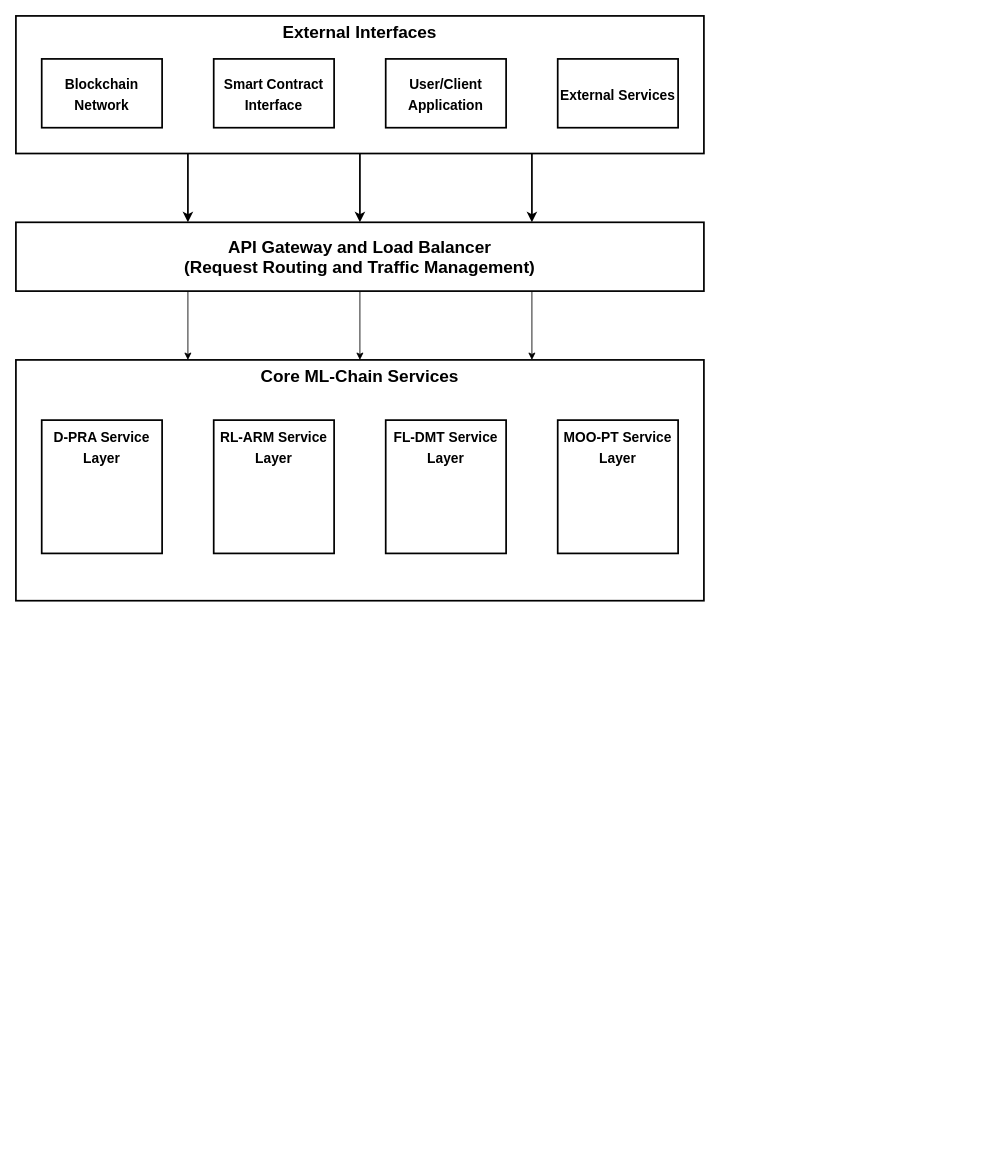
Earlier version of the draw.io diagram ML Chain 2.drawio (vinayak-k24/DrawIO). Source tidied: cells renumbered, new cells numbered last; positions are measured from the earlier drawing's top-left corner, leaving out a move shared by most shapes. Both pictures are drawn from the tidied source at 86%, with x=0, y=0 at pixel (15, 15).
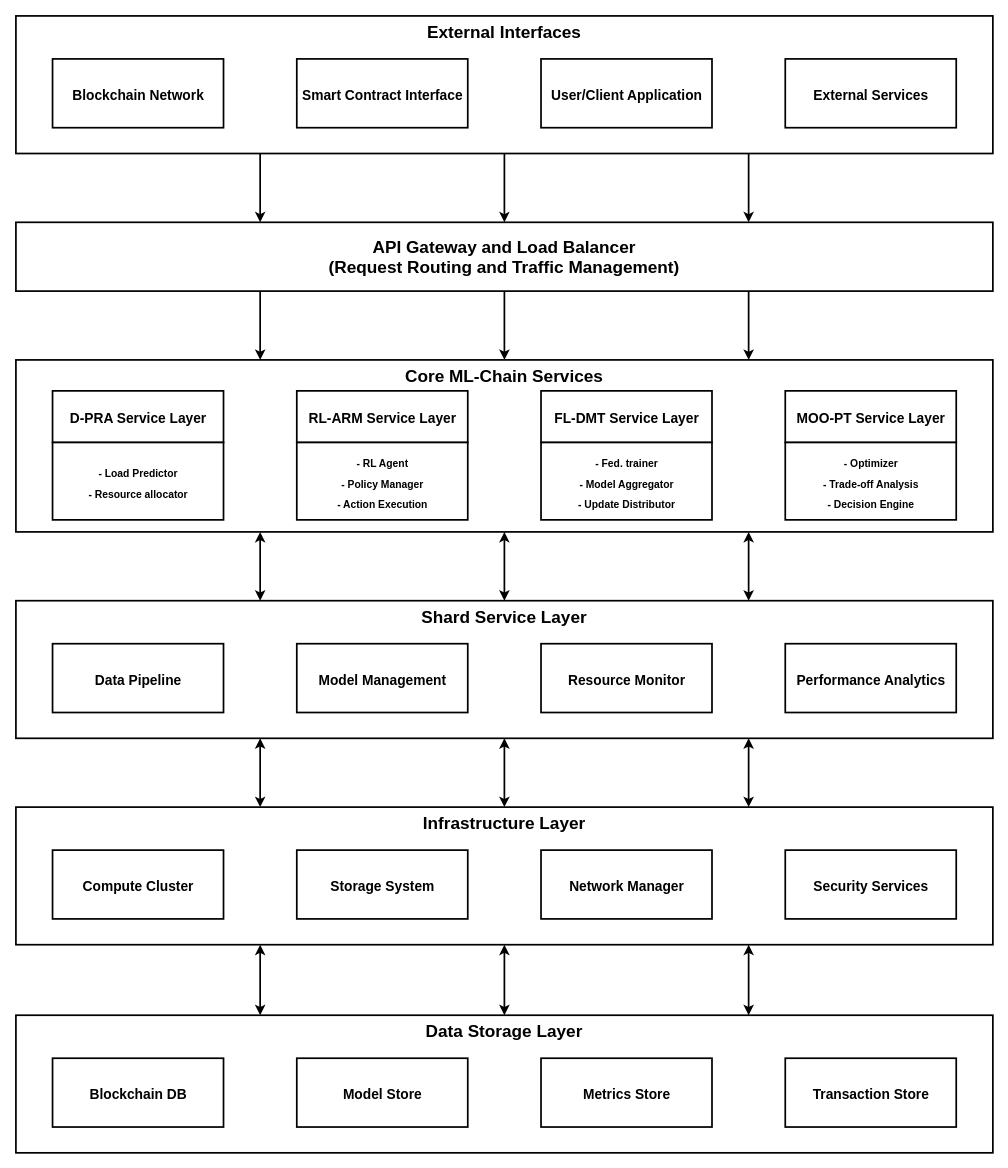
The same diagram, later.

Change to the diagram source:
```diff
@@
+    <mxCell id="19" style="group;" parent="1" vertex="1">
+      <mxGeometry width="1136" height="1322" as="geometry" />
+    </mxCell>
-    <mxCell id="2" style="edgeStyle=orthogonalEdgeStyle;rounded=0;jettySize=auto;html=1;exitX=0.5;exitY=1;exitDx=0;exitDy=0;strokeWidth=2;" parent="1" edge="1" source="5" target="13">
+    <mxCell id="2" style="edgeStyle=orthogonalEdgeStyle;rounded=0;jettySize=auto;html=1;exitX=0.5;exitY=1;exitDx=0;exitDy=0;strokeWidth=2;" parent="19" edge="1" source="5" target="13">
       <mxGeometry relative="1" as="geometry" />
     </mxCell>
-    <mxCell id="3" style="edgeStyle=orthogonalEdgeStyle;rounded=0;jettySize=auto;html=1;exitX=0.75;exitY=1;exitDx=0;exitDy=0;entryX=0.75;entryY=0;entryDx=0;entryDy=0;strokeWidth=2;" parent="1" edge="1" source="5" target="13">
+    <mxCell id="3" style="edgeStyle=orthogonalEdgeStyle;rounded=0;jettySize=auto;html=1;exitX=0.75;exitY=1;exitDx=0;exitDy=0;entryX=0.75;entryY=0;entryDx=0;entryDy=0;strokeWidth=2;" parent="19" edge="1" source="5" target="13">
       <mxGeometry relative="1" as="geometry" />
     </mxCell>
-    <mxCell id="4" style="edgeStyle=orthogonalEdgeStyle;rounded=0;jettySize=auto;html=1;exitX=0.25;exitY=1;exitDx=0;exitDy=0;entryX=0.25;entryY=0;entryDx=0;entryDy=0;strokeWidth=2;" parent="1" edge="1" source="5" target="13">
+    <mxCell id="4" style="edgeStyle=orthogonalEdgeStyle;rounded=0;jettySize=auto;html=1;exitX=0.25;exitY=1;exitDx=0;exitDy=0;entryX=0.25;entryY=0;entryDx=0;entryDy=0;strokeWidth=2;" parent="19" edge="1" source="5" target="13">
       <mxGeometry relative="1" as="geometry" />
     </mxCell>
+    <mxCell id="10" style="edgeStyle=orthogonalEdgeStyle;rounded=0;jettySize=auto;html=1;exitX=0.25;exitY=1;exitDx=0;exitDy=0;entryX=0.25;entryY=0;entryDx=0;entryDy=0;strokeWidth=2;" parent="19" edge="1" source="13" target="14">
+      <mxGeometry relative="1" as="geometry" />
+    </mxCell>
+    <mxCell id="11" style="edgeStyle=orthogonalEdgeStyle;rounded=0;jettySize=auto;html=1;exitX=0.5;exitY=1;exitDx=0;exitDy=0;entryX=0.5;entryY=0;entryDx=0;entryDy=0;strokeWidth=2;" parent="19" edge="1" source="13" target="14">
+      <mxGeometry relative="1" as="geometry" />
+    </mxCell>
+    <mxCell id="12" style="edgeStyle=orthogonalEdgeStyle;rounded=0;jettySize=auto;html=1;exitX=0.75;exitY=1;exitDx=0;exitDy=0;entryX=0.75;entryY=0;entryDx=0;entryDy=0;strokeWidth=2;" parent="19" edge="1" source="13" target="14">
+      <mxGeometry relative="1" as="geometry" />
+    </mxCell>
+    <mxCell id="13" value="API Gateway and Load Balancer&lt;br&gt;(Request Routing and Traffic Management)" style="rounded=0;whiteSpace=wrap;html=1;fontSize=20;fontStyle=1;verticalAlign=middle;strokeWidth=2;labelPosition=center;verticalLabelPosition=middle;align=center;labelBackgroundColor=none;labelBorderColor=none;textShadow=0;" parent="19" vertex="1">
+      <mxGeometry y="240" width="1136" height="80" as="geometry" />
+    </mxCell>
+    <mxCell id="20" style="edgeStyle=orthogonalEdgeStyle;rounded=0;jettySize=auto;html=1;exitX=0.25;exitY=1;exitDx=0;exitDy=0;entryX=0.25;entryY=0;entryDx=0;entryDy=0;strokeWidth=2;startArrow=classic;startFill=1;" parent="19" edge="1" source="14" target="30">
+      <mxGeometry relative="1" as="geometry" />
+    </mxCell>
+    <mxCell id="21" style="edgeStyle=orthogonalEdgeStyle;rounded=0;jettySize=auto;html=1;exitX=0.5;exitY=1;exitDx=0;exitDy=0;entryX=0.5;entryY=0;entryDx=0;entryDy=0;strokeWidth=2;startArrow=classic;startFill=1;" parent="19" edge="1" source="14" target="30">
+      <mxGeometry relative="1" as="geometry" />
+    </mxCell>
+    <mxCell id="22" style="edgeStyle=orthogonalEdgeStyle;rounded=0;jettySize=auto;html=1;exitX=0.75;exitY=1;exitDx=0;exitDy=0;entryX=0.75;entryY=0;entryDx=0;entryDy=0;strokeWidth=2;startArrow=classic;startFill=1;" parent="19" edge="1" source="14" target="30">
+      <mxGeometry relative="1" as="geometry" />
+    </mxCell>
+    <mxCell id="14" value="Core ML-Chain Services" style="rounded=0;whiteSpace=wrap;html=1;fontSize=20;fontStyle=1;verticalAlign=top;strokeWidth=2;labelPosition=center;verticalLabelPosition=middle;align=center;labelBackgroundColor=none;labelBorderColor=none;textShadow=0;" parent="19" vertex="1">
+      <mxGeometry y="400" width="1136" height="200" as="geometry" />
+    </mxCell>
+    <mxCell id="15" value="&lt;font style=&quot;font-size: 16px;&quot;&gt;D-PRA Service Layer&lt;/font&gt;" style="rounded=0;whiteSpace=wrap;html=1;fontSize=20;fontStyle=1;shadow=0;glass=0;strokeWidth=2;verticalAlign=middle;" parent="19" vertex="1">
+      <mxGeometry x="42.6" y="436" width="198.8" height="60" as="geometry" />
+    </mxCell>
+    <mxCell id="16" value="&lt;font style=&quot;font-size: 16px;&quot;&gt;RL-ARM Service Layer&lt;/font&gt;" style="rounded=0;whiteSpace=wrap;html=1;fontSize=20;fontStyle=1;shadow=0;glass=0;strokeWidth=2;verticalAlign=middle;" parent="19" vertex="1">
+      <mxGeometry x="326.6" y="436" width="198.8" height="60" as="geometry" />
+    </mxCell>
+    <mxCell id="17" value="&lt;font style=&quot;font-size: 16px;&quot;&gt;FL-DMT Service Layer&lt;/font&gt;" style="rounded=0;whiteSpace=wrap;html=1;fontSize=20;fontStyle=1;shadow=0;glass=0;strokeWidth=2;verticalAlign=middle;" parent="19" vertex="1">
+      <mxGeometry x="610.6" y="436" width="198.8" height="60" as="geometry" />
+    </mxCell>
+    <mxCell id="18" value="&lt;font style=&quot;font-size: 16px;&quot;&gt;MOO-PT Service Layer&lt;/font&gt;" style="rounded=0;whiteSpace=wrap;html=1;fontSize=20;fontStyle=1;shadow=0;glass=0;strokeWidth=2;verticalAlign=middle;" parent="19" vertex="1">
+      <mxGeometry x="894.6" y="436" width="198.8" height="60" as="geometry" />
+    </mxCell>
+    <mxCell id="23" value="&lt;span style=&quot;font-size: 12px;&quot;&gt;- RL Agent&lt;/span&gt;&lt;div&gt;&lt;span style=&quot;font-size: 12px;&quot;&gt;- Policy Manager&lt;/span&gt;&lt;/div&gt;&lt;div&gt;&lt;span style=&quot;font-size: 12px;&quot;&gt;- Action Execution&lt;/span&gt;&lt;/div&gt;" style="rounded=0;whiteSpace=wrap;html=1;fontSize=20;fontStyle=1;shadow=0;glass=0;strokeWidth=2;verticalAlign=middle;" parent="19" vertex="1">
+      <mxGeometry x="326.6" y="496" width="198.8" height="90" as="geometry" />
+    </mxCell>
+    <mxCell id="24" value="&lt;span style=&quot;color: light-dark(rgb(0, 0, 0), rgb(255, 255, 255)); background-color: transparent; font-size: 12px;&quot;&gt;- Load Predictor&lt;/span&gt;&lt;br style=&quot;font-size: 16px;&quot;&gt;&lt;span style=&quot;color: light-dark(rgb(0, 0, 0), rgb(255, 255, 255)); background-color: transparent; font-size: 12px;&quot;&gt;- Resource allocator&lt;/span&gt;" style="rounded=0;whiteSpace=wrap;html=1;fontSize=20;fontStyle=1;shadow=0;glass=0;strokeWidth=2;verticalAlign=middle;" parent="19" vertex="1">
+      <mxGeometry x="42.6" y="496" width="198.8" height="90" as="geometry" />
+    </mxCell>
+    <mxCell id="25" value="&lt;span style=&quot;font-size: 12px;&quot;&gt;- Fed. trainer&lt;/span&gt;&lt;div&gt;&lt;span style=&quot;font-size: 12px;&quot;&gt;- Model Aggregator&lt;/span&gt;&lt;/div&gt;&lt;div&gt;&lt;span style=&quot;font-size: 12px;&quot;&gt;- Update Distributor&lt;/span&gt;&lt;/div&gt;" style="rounded=0;whiteSpace=wrap;html=1;fontSize=20;fontStyle=1;shadow=0;glass=0;strokeWidth=2;verticalAlign=middle;" parent="19" vertex="1">
+      <mxGeometry x="610.6" y="496" width="198.8" height="90" as="geometry" />
+    </mxCell>
+    <mxCell id="26" value="&lt;span style=&quot;font-size: 12px;&quot;&gt;- Optimizer&lt;/span&gt;&lt;div&gt;&lt;span style=&quot;font-size: 12px;&quot;&gt;- Trade-off Analysis&lt;/span&gt;&lt;/div&gt;&lt;div&gt;&lt;span style=&quot;font-size: 12px;&quot;&gt;- Decision Engine&lt;/span&gt;&lt;/div&gt;" style="rounded=0;whiteSpace=wrap;html=1;fontSize=20;fontStyle=1;shadow=0;glass=0;strokeWidth=2;verticalAlign=middle;" parent="19" vertex="1">
+      <mxGeometry x="894.6" y="496" width="198.8" height="90" as="geometry" />
+    </mxCell>
+    <mxCell id="27" style="edgeStyle=orthogonalEdgeStyle;rounded=0;jettySize=auto;html=1;exitX=0.25;exitY=1;exitDx=0;exitDy=0;entryX=0.25;entryY=0;entryDx=0;entryDy=0;startArrow=classic;startFill=1;strokeWidth=2;" parent="19" edge="1" source="30" target="38">
+      <mxGeometry relative="1" as="geometry" />
+    </mxCell>
+    <mxCell id="28" style="edgeStyle=orthogonalEdgeStyle;rounded=0;jettySize=auto;html=1;exitX=0.5;exitY=1;exitDx=0;exitDy=0;startArrow=classic;startFill=1;strokeWidth=2;" parent="19" edge="1" source="30" target="38">
+      <mxGeometry relative="1" as="geometry" />
+    </mxCell>
+    <mxCell id="29" style="edgeStyle=orthogonalEdgeStyle;rounded=0;jettySize=auto;html=1;exitX=0.75;exitY=1;exitDx=0;exitDy=0;entryX=0.75;entryY=0;entryDx=0;entryDy=0;startArrow=classic;startFill=1;strokeWidth=2;" parent="19" edge="1" source="30" target="38">
+      <mxGeometry relative="1" as="geometry" />
+    </mxCell>
+    <mxCell id="30" value="Shard Service Layer" style="rounded=0;whiteSpace=wrap;html=1;fontSize=20;fontStyle=1;verticalAlign=top;strokeWidth=2;labelBorderColor=none;textShadow=0;glass=0;shadow=0;" parent="19" vertex="1">
+      <mxGeometry y="680" width="1136" height="160" as="geometry" />
+    </mxCell>
+    <mxCell id="31" value="&lt;font style=&quot;font-size: 16px;&quot;&gt;Data Pipeline&lt;/font&gt;" style="rounded=0;whiteSpace=wrap;html=1;fontSize=20;fontStyle=1;shadow=0;glass=0;strokeWidth=2;" parent="19" vertex="1">
+      <mxGeometry x="42.6" y="730" width="198.8" height="80" as="geometry" />
+    </mxCell>
+    <mxCell id="32" value="&lt;font style=&quot;font-size: 16px;&quot;&gt;Model Management&lt;/font&gt;" style="rounded=0;whiteSpace=wrap;html=1;fontSize=20;fontStyle=1;shadow=0;glass=0;strokeWidth=2;" parent="19" vertex="1">
+      <mxGeometry x="326.6" y="730" width="198.8" height="80" as="geometry" />
+    </mxCell>
+    <mxCell id="33" value="&lt;span style=&quot;font-size: 16px;&quot;&gt;Resource Monitor&lt;/span&gt;" style="rounded=0;whiteSpace=wrap;html=1;fontSize=20;fontStyle=1;shadow=0;glass=0;strokeWidth=2;" parent="19" vertex="1">
+      <mxGeometry x="610.6" y="730" width="198.8" height="80" as="geometry" />
+    </mxCell>
+    <mxCell id="34" value="&lt;font style=&quot;font-size: 16px;&quot;&gt;Performance Analytics&lt;/font&gt;" style="rounded=0;whiteSpace=wrap;html=1;fontSize=20;fontStyle=1;shadow=0;glass=0;strokeWidth=2;" parent="19" vertex="1">
+      <mxGeometry x="894.6" y="730" width="198.8" height="80" as="geometry" />
+    </mxCell>
+    <mxCell id="35" style="edgeStyle=orthogonalEdgeStyle;rounded=0;jettySize=auto;html=1;exitX=0.25;exitY=1;exitDx=0;exitDy=0;entryX=0.25;entryY=0;entryDx=0;entryDy=0;startArrow=classic;startFill=1;strokeWidth=2;" parent="19" edge="1" source="38" target="43">
+      <mxGeometry relative="1" as="geometry" />
+    </mxCell>
+    <mxCell id="36" style="edgeStyle=orthogonalEdgeStyle;rounded=0;jettySize=auto;html=1;exitX=0.5;exitY=1;exitDx=0;exitDy=0;entryX=0.5;entryY=0;entryDx=0;entryDy=0;startArrow=classic;startFill=1;strokeWidth=2;" parent="19" edge="1" source="38" target="43">
+      <mxGeometry relative="1" as="geometry" />
+    </mxCell>
+    <mxCell id="37" style="edgeStyle=orthogonalEdgeStyle;rounded=0;jettySize=auto;html=1;exitX=0.75;exitY=1;exitDx=0;exitDy=0;entryX=0.75;entryY=0;entryDx=0;entryDy=0;startArrow=classic;startFill=1;strokeWidth=2;" parent="19" edge="1" source="38" target="43">
+      <mxGeometry relative="1" as="geometry" />
+    </mxCell>
+    <mxCell id="38" value="Infrastructure Layer" style="rounded=0;whiteSpace=wrap;html=1;fontSize=20;fontStyle=1;verticalAlign=top;strokeWidth=2;labelBorderColor=none;textShadow=0;glass=0;shadow=0;" parent="19" vertex="1">
+      <mxGeometry y="920" width="1136" height="160" as="geometry" />
+    </mxCell>
+    <mxCell id="39" value="&lt;font style=&quot;font-size: 16px;&quot;&gt;Compute Cluster&lt;/font&gt;" style="rounded=0;whiteSpace=wrap;html=1;fontSize=20;fontStyle=1;shadow=0;glass=0;strokeWidth=2;" parent="19" vertex="1">
+      <mxGeometry x="42.6" y="970" width="198.8" height="80" as="geometry" />
+    </mxCell>
+    <mxCell id="40" value="&lt;font style=&quot;font-size: 16px;&quot;&gt;Storage System&lt;/font&gt;" style="rounded=0;whiteSpace=wrap;html=1;fontSize=20;fontStyle=1;shadow=0;glass=0;strokeWidth=2;" parent="19" vertex="1">
+      <mxGeometry x="326.6" y="970" width="198.8" height="80" as="geometry" />
+    </mxCell>
+    <mxCell id="41" value="&lt;font style=&quot;font-size: 16px;&quot;&gt;Network Manager&lt;/font&gt;" style="rounded=0;whiteSpace=wrap;html=1;fontSize=20;fontStyle=1;shadow=0;glass=0;strokeWidth=2;" parent="19" vertex="1">
+      <mxGeometry x="610.6" y="970" width="198.8" height="80" as="geometry" />
+    </mxCell>
+    <mxCell id="42" value="&lt;font style=&quot;font-size: 16px;&quot;&gt;Security Services&lt;/font&gt;" style="rounded=0;whiteSpace=wrap;html=1;fontSize=20;fontStyle=1;shadow=0;glass=0;strokeWidth=2;" parent="19" vertex="1">
+      <mxGeometry x="894.6" y="970" width="198.8" height="80" as="geometry" />
+    </mxCell>
+    <mxCell id="43" value="Data Storage Layer" style="rounded=0;whiteSpace=wrap;html=1;fontSize=20;fontStyle=1;verticalAlign=top;strokeWidth=2;labelBorderColor=none;textShadow=0;glass=0;shadow=0;" parent="19" vertex="1">
+      <mxGeometry y="1162" width="1136" height="160" as="geometry" />
+    </mxCell>
+    <mxCell id="44" value="&lt;font style=&quot;font-size: 16px;&quot;&gt;Blockchain DB&lt;/font&gt;" style="rounded=0;whiteSpace=wrap;html=1;fontSize=20;fontStyle=1;shadow=0;glass=0;strokeWidth=2;" parent="19" vertex="1">
+      <mxGeometry x="42.6" y="1212" width="198.8" height="80" as="geometry" />
+    </mxCell>
+    <mxCell id="45" value="&lt;font style=&quot;font-size: 16px;&quot;&gt;Model Store&lt;/font&gt;" style="rounded=0;whiteSpace=wrap;html=1;fontSize=20;fontStyle=1;shadow=0;glass=0;strokeWidth=2;" parent="19" vertex="1">
+      <mxGeometry x="326.6" y="1212" width="198.8" height="80" as="geometry" />
+    </mxCell>
+    <mxCell id="46" value="&lt;font style=&quot;font-size: 16px;&quot;&gt;Metrics Store&lt;/font&gt;" style="rounded=0;whiteSpace=wrap;html=1;fontSize=20;fontStyle=1;shadow=0;glass=0;strokeWidth=2;" parent="19" vertex="1">
+      <mxGeometry x="610.6" y="1212" width="198.8" height="80" as="geometry" />
+    </mxCell>
+    <mxCell id="47" value="&lt;font style=&quot;font-size: 16px;&quot;&gt;Transaction Store&lt;/font&gt;" style="rounded=0;whiteSpace=wrap;html=1;fontSize=20;fontStyle=1;shadow=0;glass=0;strokeWidth=2;" parent="19" vertex="1">
+      <mxGeometry x="894.6" y="1212" width="198.8" height="80" as="geometry" />
+    </mxCell>
+    <mxCell id="48" style="group;" parent="19" vertex="1">
+      <mxGeometry width="1136" height="160" as="geometry" />
+    </mxCell>
-    <mxCell id="5" value="External Interfaces" style="rounded=0;whiteSpace=wrap;html=1;fontSize=20;fontStyle=1;verticalAlign=top;strokeWidth=2;labelBorderColor=none;textShadow=0;glass=0;shadow=0;" parent="1" vertex="1">
-      <mxGeometry width="800" height="160" as="geometry" />
+    <mxCell id="5" value="External Interfaces" style="rounded=0;whiteSpace=wrap;html=1;fontSize=20;fontStyle=1;verticalAlign=top;strokeWidth=2;labelBorderColor=none;textShadow=0;glass=0;shadow=0;" parent="48" vertex="1">
+      <mxGeometry width="1136" height="160" as="geometry" />
     </mxCell>
-    <mxCell id="6" value="&lt;font style=&quot;font-size: 16px;&quot;&gt;Blockchain Network&lt;/font&gt;" style="rounded=0;whiteSpace=wrap;html=1;fontSize=20;fontStyle=1;shadow=0;glass=0;strokeWidth=2;" parent="1" vertex="1">
-      <mxGeometry x="30" y="50" width="140" height="80" as="geometry" />
+    <mxCell id="6" value="&lt;font style=&quot;font-size: 16px;&quot;&gt;Blockchain Network&lt;/font&gt;" style="rounded=0;whiteSpace=wrap;html=1;fontSize=20;fontStyle=1;shadow=0;glass=0;strokeWidth=2;" parent="48" vertex="1">
+      <mxGeometry x="42.6" y="50" width="198.8" height="80" as="geometry" />
     </mxCell>
-    <mxCell id="7" value="&lt;font style=&quot;font-size: 16px;&quot;&gt;Smart Contract Interface&lt;/font&gt;" style="rounded=0;whiteSpace=wrap;html=1;fontSize=20;fontStyle=1;shadow=0;glass=0;strokeWidth=2;" parent="1" vertex="1">
-      <mxGeometry x="230" y="50" width="140" height="80" as="geometry" />
+    <mxCell id="7" value="&lt;font style=&quot;font-size: 16px;&quot;&gt;Smart Contract Interface&lt;/font&gt;" style="rounded=0;whiteSpace=wrap;html=1;fontSize=20;fontStyle=1;shadow=0;glass=0;strokeWidth=2;" parent="48" vertex="1">
+      <mxGeometry x="326.6" y="50" width="198.8" height="80" as="geometry" />
     </mxCell>
-    <mxCell id="8" value="&lt;font style=&quot;font-size: 16px;&quot;&gt;User/Client Application&lt;/font&gt;" style="rounded=0;whiteSpace=wrap;html=1;fontSize=20;fontStyle=1;shadow=0;glass=0;strokeWidth=2;" parent="1" vertex="1">
-      <mxGeometry x="430" y="50" width="140" height="80" as="geometry" />
+    <mxCell id="8" value="&lt;font style=&quot;font-size: 16px;&quot;&gt;User/Client Application&lt;/font&gt;" style="rounded=0;whiteSpace=wrap;html=1;fontSize=20;fontStyle=1;shadow=0;glass=0;strokeWidth=2;" parent="48" vertex="1">
+      <mxGeometry x="610.6" y="50" width="198.8" height="80" as="geometry" />
     </mxCell>
-    <mxCell id="9" value="&lt;font style=&quot;font-size: 16px;&quot;&gt;External Services&lt;/font&gt;" style="rounded=0;whiteSpace=wrap;html=1;fontSize=20;fontStyle=1;shadow=0;glass=0;strokeWidth=2;" parent="1" vertex="1">
-      <mxGeometry x="630" y="50" width="140" height="80" as="geometry" />
+    <mxCell id="9" value="&lt;font style=&quot;font-size: 16px;&quot;&gt;External Services&lt;/font&gt;" style="rounded=0;whiteSpace=wrap;html=1;fontSize=20;fontStyle=1;shadow=0;glass=0;strokeWidth=2;" parent="48" vertex="1">
+      <mxGeometry x="894.6" y="50" width="198.8" height="80" as="geometry" />
     </mxCell>
-    <mxCell id="10" style="edgeStyle=orthogonalEdgeStyle;rounded=0;jettySize=auto;html=1;exitX=0.25;exitY=1;exitDx=0;exitDy=0;entryX=0.25;entryY=0;entryDx=0;entryDy=0;" parent="1" edge="1" source="13" target="14">
-      <mxGeometry relative="1" as="geometry" />
-    </mxCell>
-    <mxCell id="11" style="edgeStyle=orthogonalEdgeStyle;rounded=0;jettySize=auto;html=1;exitX=0.5;exitY=1;exitDx=0;exitDy=0;entryX=0.5;entryY=0;entryDx=0;entryDy=0;" parent="1" edge="1" source="13" target="14">
-      <mxGeometry relative="1" as="geometry" />
-    </mxCell>
-    <mxCell id="12" style="edgeStyle=orthogonalEdgeStyle;rounded=0;jettySize=auto;html=1;exitX=0.75;exitY=1;exitDx=0;exitDy=0;entryX=0.75;entryY=0;entryDx=0;entryDy=0;" parent="1" edge="1" source="13" target="14">
-      <mxGeometry relative="1" as="geometry" />
-    </mxCell>
-    <mxCell id="13" value="API Gateway and Load Balancer&lt;br&gt;(Request Routing and Traffic Management)" style="rounded=0;whiteSpace=wrap;html=1;fontSize=20;fontStyle=1;verticalAlign=middle;strokeWidth=2;labelPosition=center;verticalLabelPosition=middle;align=center;labelBackgroundColor=none;labelBorderColor=none;textShadow=0;" parent="1" vertex="1">
-      <mxGeometry y="240" width="800" height="80" as="geometry" />
-    </mxCell>
-    <mxCell id="14" value="Core ML-Chain Services" style="rounded=0;whiteSpace=wrap;html=1;fontSize=20;fontStyle=1;verticalAlign=top;strokeWidth=2;labelPosition=center;verticalLabelPosition=middle;align=center;labelBackgroundColor=none;labelBorderColor=none;textShadow=0;" parent="1" vertex="1">
-      <mxGeometry y="400" width="800" height="280" as="geometry" />
-    </mxCell>
-    <mxCell id="15" value="&lt;font style=&quot;font-size: 16px;&quot;&gt;D-PRA Service Layer&lt;/font&gt;" style="rounded=0;whiteSpace=wrap;html=1;fontSize=20;fontStyle=1;shadow=0;glass=0;strokeWidth=2;verticalAlign=top;" parent="1" vertex="1">
-      <mxGeometry x="30" y="470" width="140" height="155" as="geometry" />
-    </mxCell>
-    <mxCell id="16" value="&lt;font style=&quot;font-size: 16px;&quot;&gt;RL-ARM Service Layer&lt;/font&gt;" style="rounded=0;whiteSpace=wrap;html=1;fontSize=20;fontStyle=1;shadow=0;glass=0;strokeWidth=2;verticalAlign=top;" parent="1" vertex="1">
-      <mxGeometry x="230" y="470" width="140" height="155" as="geometry" />
-    </mxCell>
-    <mxCell id="17" value="&lt;font style=&quot;font-size: 16px;&quot;&gt;FL-DMT Service Layer&lt;/font&gt;" style="rounded=0;whiteSpace=wrap;html=1;fontSize=20;fontStyle=1;shadow=0;glass=0;strokeWidth=2;verticalAlign=top;" parent="1" vertex="1">
-      <mxGeometry x="430" y="470" width="140" height="155" as="geometry" />
-    </mxCell>
-    <mxCell id="18" value="&lt;font style=&quot;font-size: 16px;&quot;&gt;MOO-PT Service Layer&lt;/font&gt;" style="rounded=0;whiteSpace=wrap;html=1;fontSize=20;fontStyle=1;shadow=0;glass=0;strokeWidth=2;verticalAlign=top;" parent="1" vertex="1">
-      <mxGeometry x="630" y="470" width="140" height="155" as="geometry" />
-    </mxCell>
```
